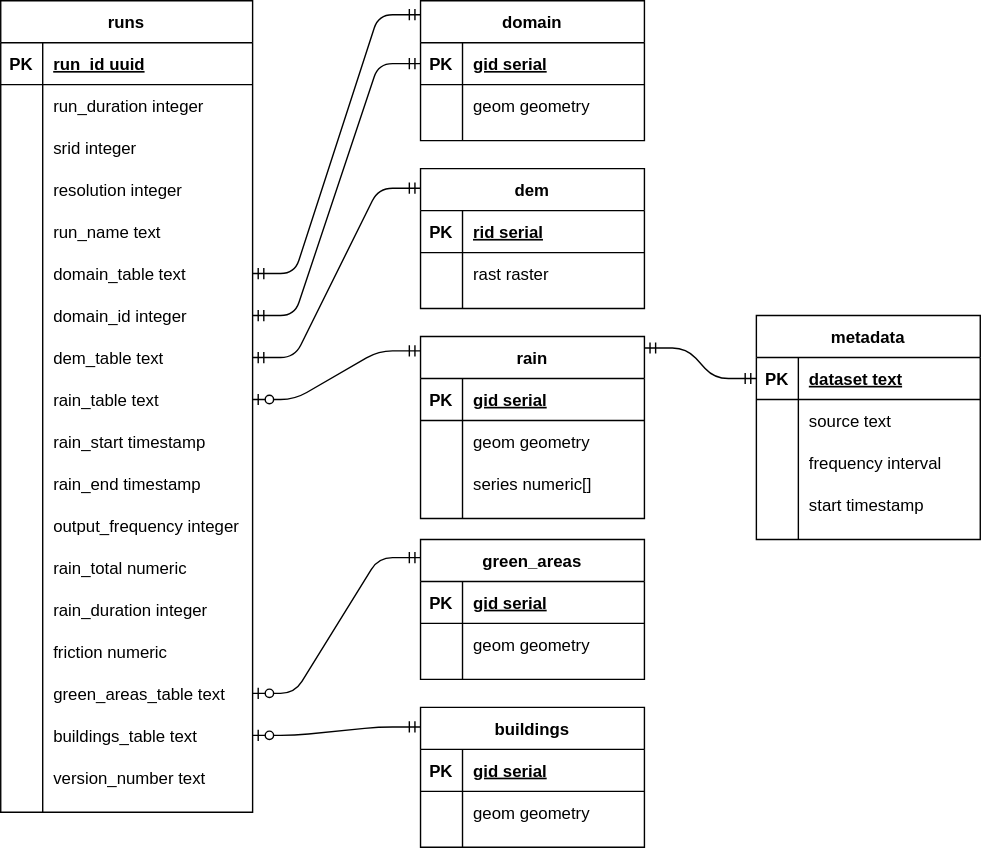
fmcclean/citycatpg keeps this draw.io diagram as docs/schema.svg. Above is the earlier version. Source tidied: cells renumbered, new cells last; positions are measured from the earlier drawing's top-left corner, leaving out a move shared by most shapes.
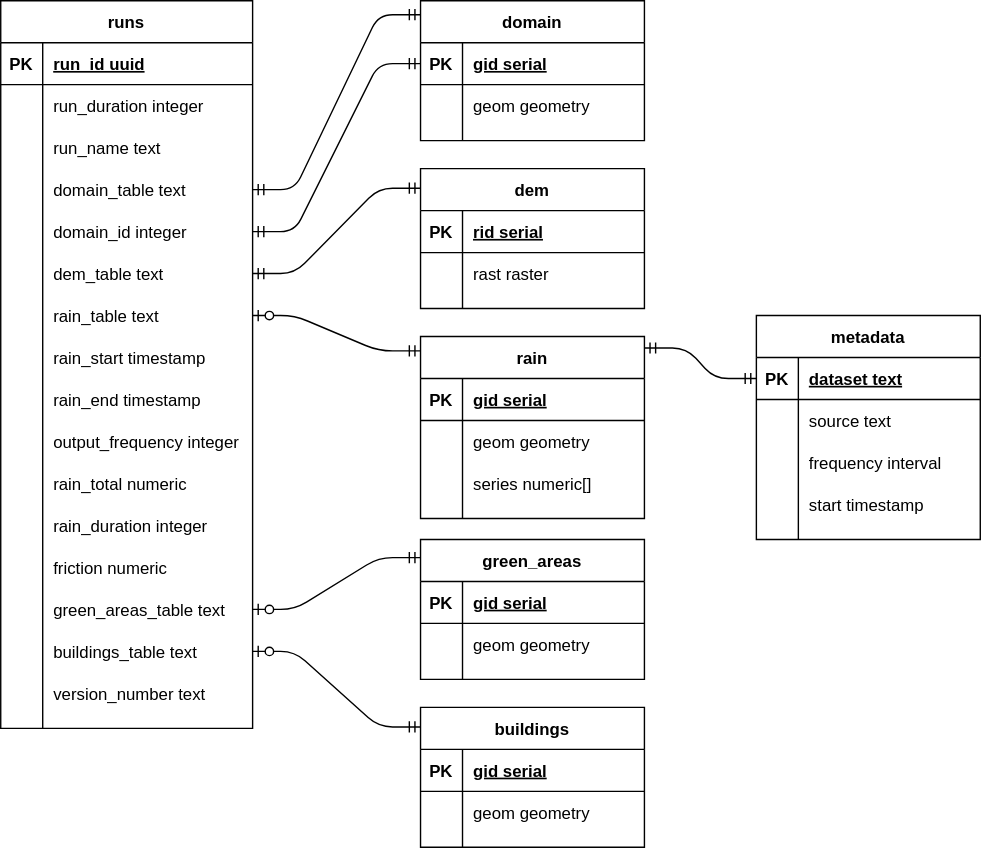
Later version of the same file.

Commit message:
Remove resolution and srid from schema diagram

Change to the diagram source:
```diff
@@ -3,7 +3,7 @@
     <mxCell id="0" />
     <mxCell id="1" parent="0" />
     <mxCell id="2" value="runs" style="shape=table;startSize=30;rowLines=0;fontStyle=1;align=center;" parent="1" vertex="1">
-      <mxGeometry width="180" height="580" as="geometry" />
+      <mxGeometry width="180" height="520" as="geometry" />
     </mxCell>
     <mxCell id="3" style="shape=partialRectangle;fillColor=none;top=0;left=0;right=0;bottom=1;" parent="2" vertex="1">
       <mxGeometry y="30" width="180" height="30" as="geometry" />
@@ -23,26 +23,8 @@
     <mxCell id="8" value="run_duration      integer" style="shape=partialRectangle;overflow=hidden;fillColor=none;top=0;left=0;bottom=0;right=0;align=left;spacingLeft=6;" parent="6" vertex="1">
       <mxGeometry x="30" width="150" height="30" as="geometry" />
     </mxCell>
-    <mxCell id="9" style="shape=partialRectangle;fillColor=none;top=0;left=0;right=0;bottom=0;" parent="2" vertex="1">
-      <mxGeometry y="90" width="180" height="30" as="geometry" />
-    </mxCell>
-    <mxCell id="10" style="shape=partialRectangle;overflow=hidden;fillColor=none;top=0;left=0;bottom=0;right=0;" parent="9" vertex="1">
-      <mxGeometry width="30" height="30" as="geometry" />
-    </mxCell>
-    <mxCell id="11" value="srid              integer" style="shape=partialRectangle;overflow=hidden;fillColor=none;top=0;left=0;bottom=0;right=0;align=left;spacingLeft=6;" parent="9" vertex="1">
-      <mxGeometry x="30" width="150" height="30" as="geometry" />
-    </mxCell>
-    <mxCell id="12" style="shape=partialRectangle;fillColor=none;top=0;left=0;right=0;bottom=0;" parent="2" vertex="1">
-      <mxGeometry y="120" width="180" height="30" as="geometry" />
-    </mxCell>
-    <mxCell id="13" style="shape=partialRectangle;overflow=hidden;fillColor=none;top=0;left=0;bottom=0;right=0;" parent="12" vertex="1">
-      <mxGeometry width="30" height="30" as="geometry" />
-    </mxCell>
-    <mxCell id="14" value="resolution        integer" style="shape=partialRectangle;overflow=hidden;fillColor=none;top=0;left=0;bottom=0;right=0;align=left;spacingLeft=6;" parent="12" vertex="1">
-      <mxGeometry x="30" width="150" height="30" as="geometry" />
-    </mxCell>
     <mxCell id="15" style="shape=partialRectangle;fillColor=none;top=0;left=0;right=0;bottom=0;" parent="2" vertex="1">
-      <mxGeometry y="150" width="180" height="30" as="geometry" />
+      <mxGeometry y="90" width="180" height="30" as="geometry" />
     </mxCell>
     <mxCell id="16" style="shape=partialRectangle;overflow=hidden;fillColor=none;top=0;left=0;bottom=0;right=0;" parent="15" vertex="1">
       <mxGeometry width="30" height="30" as="geometry" />
@@ -51,7 +33,7 @@
       <mxGeometry x="30" width="150" height="30" as="geometry" />
     </mxCell>
     <mxCell id="18" style="shape=partialRectangle;fillColor=none;points=[[0,0.5],[1,0.5]];portConstraint=eastwest;top=0;left=0;right=0;bottom=0;" parent="2" vertex="1">
-      <mxGeometry y="180" width="180" height="30" as="geometry" />
+      <mxGeometry y="120" width="180" height="30" as="geometry" />
     </mxCell>
     <mxCell id="19" style="shape=partialRectangle;overflow=hidden;fillColor=none;top=0;left=0;bottom=0;right=0;" parent="18" vertex="1">
       <mxGeometry width="30" height="30" as="geometry" />
@@ -60,7 +42,7 @@
       <mxGeometry x="30" width="150" height="30" as="geometry" />
     </mxCell>
     <mxCell id="21" style="shape=partialRectangle;fillColor=none;points=[[0,0.5],[1,0.5]];portConstraint=eastwest;top=0;left=0;right=0;bottom=0;" parent="2" vertex="1">
-      <mxGeometry y="210" width="180" height="30" as="geometry" />
+      <mxGeometry y="150" width="180" height="30" as="geometry" />
     </mxCell>
     <mxCell id="22" style="shape=partialRectangle;overflow=hidden;fillColor=none;top=0;left=0;bottom=0;right=0;" parent="21" vertex="1">
       <mxGeometry width="30" height="30" as="geometry" />
@@ -69,7 +51,7 @@
       <mxGeometry x="30" width="150" height="30" as="geometry" />
     </mxCell>
     <mxCell id="24" style="shape=partialRectangle;fillColor=none;points=[[0,0.5],[1,0.5]];portConstraint=eastwest;top=0;left=0;right=0;bottom=0;" parent="2" vertex="1">
-      <mxGeometry y="240" width="180" height="30" as="geometry" />
+      <mxGeometry y="180" width="180" height="30" as="geometry" />
     </mxCell>
     <mxCell id="25" style="shape=partialRectangle;overflow=hidden;fillColor=none;top=0;left=0;bottom=0;right=0;" parent="24" vertex="1">
       <mxGeometry width="30" height="30" as="geometry" />
@@ -78,7 +60,7 @@
       <mxGeometry x="30" width="150" height="30" as="geometry" />
     </mxCell>
     <mxCell id="27" style="shape=partialRectangle;fillColor=none;points=[[0,0.5],[1,0.5]];portConstraint=eastwest;top=0;left=0;right=0;bottom=0;" parent="2" vertex="1">
-      <mxGeometry y="270" width="180" height="30" as="geometry" />
+      <mxGeometry y="210" width="180" height="30" as="geometry" />
     </mxCell>
     <mxCell id="28" style="shape=partialRectangle;overflow=hidden;fillColor=none;top=0;left=0;bottom=0;right=0;" parent="27" vertex="1">
       <mxGeometry width="30" height="30" as="geometry" />
@@ -87,7 +69,7 @@
       <mxGeometry x="30" width="150" height="30" as="geometry" />
     </mxCell>
     <mxCell id="30" style="shape=partialRectangle;fillColor=none;top=0;left=0;right=0;bottom=0;" parent="2" vertex="1">
-      <mxGeometry y="300" width="180" height="30" as="geometry" />
+      <mxGeometry y="240" width="180" height="30" as="geometry" />
     </mxCell>
     <mxCell id="31" style="shape=partialRectangle;overflow=hidden;fillColor=none;top=0;left=0;bottom=0;right=0;" parent="30" vertex="1">
       <mxGeometry width="30" height="30" as="geometry" />
@@ -96,7 +78,7 @@
       <mxGeometry x="30" width="150" height="30" as="geometry" />
     </mxCell>
     <mxCell id="33" style="shape=partialRectangle;fillColor=none;top=0;left=0;right=0;bottom=0;" parent="2" vertex="1">
-      <mxGeometry y="330" width="180" height="30" as="geometry" />
+      <mxGeometry y="270" width="180" height="30" as="geometry" />
     </mxCell>
     <mxCell id="34" style="shape=partialRectangle;overflow=hidden;fillColor=none;top=0;left=0;bottom=0;right=0;" parent="33" vertex="1">
       <mxGeometry width="30" height="30" as="geometry" />
@@ -105,7 +87,7 @@
       <mxGeometry x="30" width="150" height="30" as="geometry" />
     </mxCell>
     <mxCell id="36" style="shape=partialRectangle;fillColor=none;top=0;left=0;right=0;bottom=0;" parent="2" vertex="1">
-      <mxGeometry y="360" width="180" height="30" as="geometry" />
+      <mxGeometry y="300" width="180" height="30" as="geometry" />
     </mxCell>
     <mxCell id="37" style="shape=partialRectangle;overflow=hidden;fillColor=none;top=0;left=0;bottom=0;right=0;" parent="36" vertex="1">
       <mxGeometry width="30" height="30" as="geometry" />
@@ -114,7 +96,7 @@
       <mxGeometry x="30" width="150" height="30" as="geometry" />
     </mxCell>
     <mxCell id="39" style="shape=partialRectangle;fillColor=none;top=0;left=0;right=0;bottom=0;" parent="2" vertex="1">
-      <mxGeometry y="390" width="180" height="30" as="geometry" />
+      <mxGeometry y="330" width="180" height="30" as="geometry" />
     </mxCell>
     <mxCell id="40" style="shape=partialRectangle;overflow=hidden;fillColor=none;top=0;left=0;bottom=0;right=0;" parent="39" vertex="1">
       <mxGeometry width="30" height="30" as="geometry" />
@@ -123,7 +105,7 @@
       <mxGeometry x="30" width="150" height="30" as="geometry" />
     </mxCell>
     <mxCell id="42" style="shape=partialRectangle;fillColor=none;top=0;left=0;right=0;bottom=0;" parent="2" vertex="1">
-      <mxGeometry y="420" width="180" height="30" as="geometry" />
+      <mxGeometry y="360" width="180" height="30" as="geometry" />
     </mxCell>
     <mxCell id="43" style="shape=partialRectangle;overflow=hidden;fillColor=none;top=0;left=0;bottom=0;right=0;" parent="42" vertex="1">
       <mxGeometry width="30" height="30" as="geometry" />
@@ -132,7 +114,7 @@
       <mxGeometry x="30" width="150" height="30" as="geometry" />
     </mxCell>
     <mxCell id="45" style="shape=partialRectangle;fillColor=none;top=0;left=0;right=0;bottom=0;" parent="2" vertex="1">
-      <mxGeometry y="450" width="180" height="30" as="geometry" />
+      <mxGeometry y="390" width="180" height="30" as="geometry" />
     </mxCell>
     <mxCell id="46" style="shape=partialRectangle;overflow=hidden;fillColor=none;top=0;left=0;bottom=0;right=0;" parent="45" vertex="1">
       <mxGeometry width="30" height="30" as="geometry" />
@@ -141,7 +123,7 @@
       <mxGeometry x="30" width="150" height="30" as="geometry" />
     </mxCell>
     <mxCell id="48" style="shape=partialRectangle;fillColor=none;points=[[0,0.5],[1,0.5]];portConstraint=eastwest;top=0;left=0;right=0;bottom=0;" parent="2" vertex="1">
-      <mxGeometry y="480" width="180" height="30" as="geometry" />
+      <mxGeometry y="420" width="180" height="30" as="geometry" />
     </mxCell>
     <mxCell id="49" style="shape=partialRectangle;overflow=hidden;fillColor=none;top=0;left=0;bottom=0;right=0;" parent="48" vertex="1">
       <mxGeometry width="30" height="30" as="geometry" />
@@ -150,7 +132,7 @@
       <mxGeometry x="30" width="150" height="30" as="geometry" />
     </mxCell>
     <mxCell id="51" style="shape=partialRectangle;fillColor=none;points=[[0,0.5],[1,0.5]];portConstraint=eastwest;top=0;left=0;right=0;bottom=0;" parent="2" vertex="1">
-      <mxGeometry y="510" width="180" height="30" as="geometry" />
+      <mxGeometry y="450" width="180" height="30" as="geometry" />
     </mxCell>
     <mxCell id="52" style="shape=partialRectangle;overflow=hidden;fillColor=none;top=0;left=0;bottom=0;right=0;" parent="51" vertex="1">
       <mxGeometry width="30" height="30" as="geometry" />
@@ -159,7 +141,7 @@
       <mxGeometry x="30" width="150" height="30" as="geometry" />
     </mxCell>
     <mxCell id="54" style="shape=partialRectangle;fillColor=none;top=0;left=0;right=0;bottom=0;" parent="2" vertex="1">
-      <mxGeometry y="540" width="180" height="30" as="geometry" />
+      <mxGeometry y="480" width="180" height="30" as="geometry" />
     </mxCell>
     <mxCell id="55" style="shape=partialRectangle;overflow=hidden;fillColor=none;top=0;left=0;bottom=0;right=0;" parent="54" vertex="1">
       <mxGeometry width="30" height="30" as="geometry" />
```
